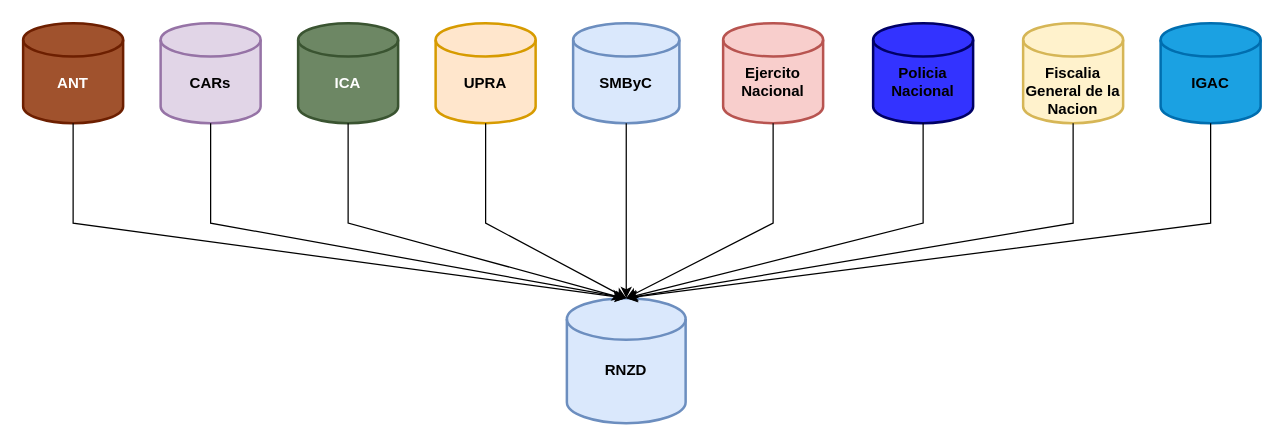
The draw.io diagram Data-flow.drawio in jcmartinmu/bayes_cluster, before the edit. Source tidied: cells renumbered, new cells numbered last; positions are measured from the earlier drawing's top-left corner, leaving out a move shared by most shapes. Both pictures are drawn from the tidied source at 125%, with x=0, y=0 at pixel (22, 22).
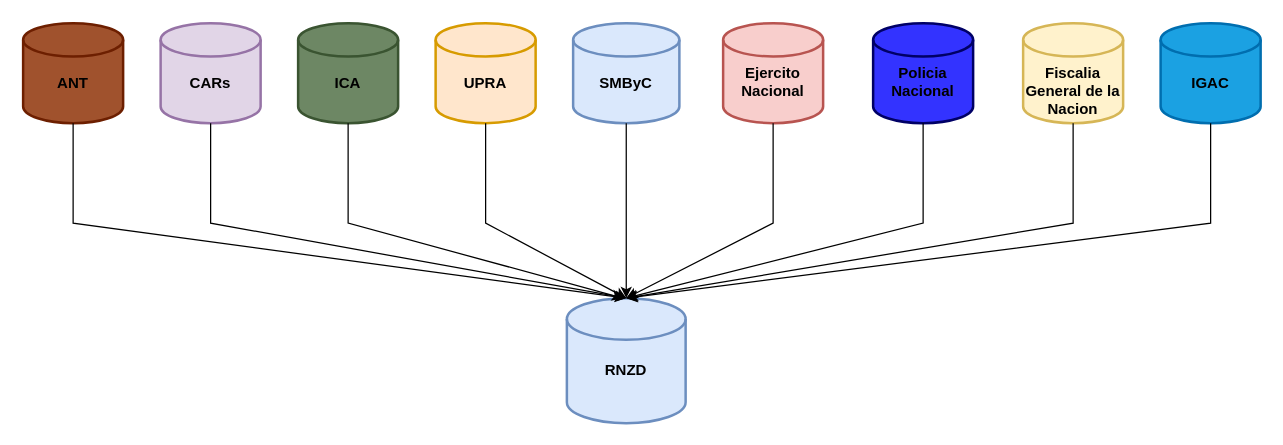
The same page after the edit.

Change to the diagram source:
```diff
@@
-    <mxCell id="4" value="&lt;b&gt;&lt;br&gt;ANT&lt;/b&gt;" style="strokeWidth=2;html=1;shape=mxgraph.flowchart.database;whiteSpace=wrap;fillColor=#a0522d;fontColor=#ffffff;strokeColor=#6D1F00;" parent="1" vertex="1">
+    <mxCell id="4" value="&lt;b&gt;&lt;font color=&quot;#000000&quot;&gt;&lt;br&gt;ANT&lt;/font&gt;&lt;/b&gt;" style="strokeWidth=2;html=1;shape=mxgraph.flowchart.database;whiteSpace=wrap;fillColor=#a0522d;fontColor=#ffffff;strokeColor=#6D1F00;" parent="1" vertex="1">
       <mxGeometry width="80" height="80" as="geometry" />
     </mxCell>
@@
-    <mxCell id="6" value="&lt;b&gt;&lt;br&gt;ICA&lt;/b&gt;" style="strokeWidth=2;html=1;shape=mxgraph.flowchart.database;whiteSpace=wrap;fillColor=#6d8764;fontColor=#ffffff;strokeColor=#3A5431;" parent="1" vertex="1">
+    <mxCell id="6" value="&lt;b&gt;&lt;font color=&quot;#000000&quot;&gt;&lt;br&gt;ICA&lt;/font&gt;&lt;/b&gt;" style="strokeWidth=2;html=1;shape=mxgraph.flowchart.database;whiteSpace=wrap;fillColor=#6d8764;fontColor=#ffffff;strokeColor=#3A5431;" parent="1" vertex="1">
       <mxGeometry x="220" width="80" height="80" as="geometry" />
     </mxCell>
```
